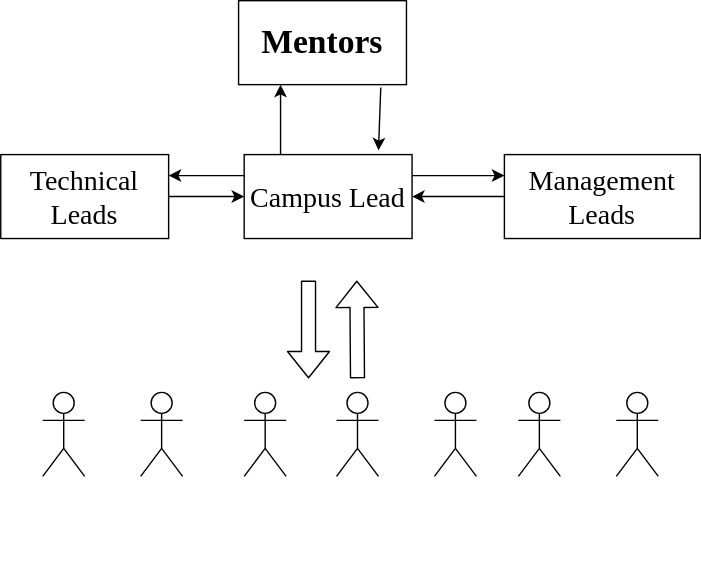
Before: Image_Resources/Team1.drawio.svg, a diagram exported from draw.io (RK-2000/Club_Idea). Source tidied: cells renumbered, new cells last; positions are measured from the earlier drawing's top-left corner, leaving out a move shared by most shapes. Source of this version:
```xml
<mxGraphModel>
  <root>
    <mxCell id="0" />
    <mxCell id="1" parent="0" />
    <mxCell id="2" style="edgeStyle=none;rounded=0;jettySize=auto;html=1;fontFamily=Verdana;fontSize=20;exitX=0.847;exitY=1.033;exitDx=0;exitDy=0;exitPerimeter=0;" parent="1" edge="1" source="3">
      <mxGeometry relative="1" as="geometry">
        <mxPoint x="270" y="107" as="targetPoint" />
      </mxGeometry>
    </mxCell>
    <mxCell id="3" value="&lt;h1&gt;Mentors&lt;/h1&gt;" style="rounded=0;whiteSpace=wrap;html=1;fontFamily=Lucida Console;" parent="1" vertex="1">
      <mxGeometry x="170" width="120" height="60" as="geometry" />
    </mxCell>
    <mxCell id="4" style="edgeStyle=none;rounded=0;jettySize=auto;html=1;exitX=1;exitY=0.5;exitDx=0;exitDy=0;fontFamily=Verdana;fontSize=20;" parent="1" edge="1" source="5" target="9">
      <mxGeometry relative="1" as="geometry" />
    </mxCell>
    <mxCell id="5" value="Technical&lt;br&gt;Leads" style="rounded=0;whiteSpace=wrap;html=1;fontFamily=Verdana;fontSize=20;" parent="1" vertex="1">
      <mxGeometry y="110" width="120" height="60" as="geometry" />
    </mxCell>
    <mxCell id="6" style="edgeStyle=none;rounded=0;jettySize=auto;html=1;exitX=0;exitY=0.25;exitDx=0;exitDy=0;entryX=1;entryY=0.25;entryDx=0;entryDy=0;fontFamily=Verdana;fontSize=20;" parent="1" edge="1" source="9" target="5">
      <mxGeometry relative="1" as="geometry" />
    </mxCell>
    <mxCell id="7" style="edgeStyle=none;rounded=0;jettySize=auto;html=1;exitX=1;exitY=0.25;exitDx=0;exitDy=0;entryX=0;entryY=0.25;entryDx=0;entryDy=0;fontFamily=Verdana;fontSize=20;" parent="1" edge="1" source="9" target="11">
      <mxGeometry relative="1" as="geometry" />
    </mxCell>
    <mxCell id="8" style="edgeStyle=none;rounded=0;jettySize=auto;html=1;entryX=0.25;entryY=1;entryDx=0;entryDy=0;fontFamily=Verdana;fontSize=20;" parent="1" edge="1" target="3">
      <mxGeometry relative="1" as="geometry">
        <mxPoint x="200" y="110" as="sourcePoint" />
      </mxGeometry>
    </mxCell>
    <mxCell id="9" value="Campus Lead" style="rounded=0;whiteSpace=wrap;html=1;fontFamily=Verdana;fontSize=20;" parent="1" vertex="1">
      <mxGeometry x="174" y="110" width="120" height="60" as="geometry" />
    </mxCell>
    <mxCell id="10" style="edgeStyle=none;rounded=0;jettySize=auto;html=1;entryX=1;entryY=0.5;entryDx=0;entryDy=0;fontFamily=Verdana;fontSize=20;" parent="1" edge="1" source="11" target="9">
      <mxGeometry relative="1" as="geometry" />
    </mxCell>
    <mxCell id="11" value="Management&lt;br&gt;Leads" style="rounded=0;whiteSpace=wrap;html=1;fontFamily=Verdana;fontSize=20;" parent="1" vertex="1">
      <mxGeometry x="360" y="110" width="140" height="60" as="geometry" />
    </mxCell>
    <mxCell id="12" style="shape=flexArrow;endArrow=classic;html=1;fontFamily=Verdana;fontSize=20;endWidth=19;endSize=5.93;" parent="1" edge="1">
      <mxGeometry relative="1" as="geometry">
        <mxPoint x="220" y="200" as="sourcePoint" />
        <mxPoint x="220" y="270" as="targetPoint" />
      </mxGeometry>
    </mxCell>
    <mxCell id="13" value="Actor" style="shape=umlActor;verticalLabelPosition=bottom;labelBackgroundColor=none;verticalAlign=top;html=1;fontFamily=Verdana;fontSize=20;noLabel=1;fontColor=none;" parent="1" vertex="1">
      <mxGeometry x="30" y="280" width="30" height="60" as="geometry" />
    </mxCell>
    <mxCell id="14" value="Actor" style="shape=umlActor;verticalLabelPosition=bottom;labelBackgroundColor=none;verticalAlign=top;html=1;fontFamily=Verdana;fontSize=20;noLabel=1;fontColor=none;" parent="1" vertex="1">
      <mxGeometry x="440" y="280" width="30" height="60" as="geometry" />
    </mxCell>
    <mxCell id="15" value="Actor" style="shape=umlActor;verticalLabelPosition=bottom;labelBackgroundColor=none;verticalAlign=top;html=1;fontFamily=Verdana;fontSize=20;noLabel=1;fontColor=none;" parent="1" vertex="1">
      <mxGeometry x="370" y="280" width="30" height="60" as="geometry" />
    </mxCell>
    <mxCell id="16" value="Actor" style="shape=umlActor;verticalLabelPosition=bottom;labelBackgroundColor=none;verticalAlign=top;html=1;fontFamily=Verdana;fontSize=20;noLabel=1;fontColor=none;" parent="1" vertex="1">
      <mxGeometry x="100" y="280" width="30" height="60" as="geometry" />
    </mxCell>
    <mxCell id="17" value="Actor" style="shape=umlActor;verticalLabelPosition=bottom;labelBackgroundColor=none;verticalAlign=top;html=1;fontFamily=Verdana;fontSize=20;noLabel=1;fontColor=none;" parent="1" vertex="1">
      <mxGeometry x="310" y="280" width="30" height="60" as="geometry" />
    </mxCell>
    <mxCell id="18" value="Actor" style="shape=umlActor;verticalLabelPosition=bottom;labelBackgroundColor=none;verticalAlign=top;html=1;fontFamily=Verdana;fontSize=20;noLabel=1;fontColor=none;" parent="1" vertex="1">
      <mxGeometry x="174" y="280" width="30" height="60" as="geometry" />
    </mxCell>
    <mxCell id="19" value="Actor" style="shape=umlActor;verticalLabelPosition=bottom;labelBackgroundColor=none;verticalAlign=top;html=1;fontFamily=Verdana;fontSize=20;noLabel=1;fontColor=none;" parent="1" vertex="1">
      <mxGeometry x="240" y="280" width="30" height="60" as="geometry" />
    </mxCell>
    <mxCell id="20" value="&lt;font color=&quot;#ffffff&quot;&gt;Students&lt;/font&gt;" style="text;html=1;strokeColor=none;fillColor=none;align=center;verticalAlign=middle;whiteSpace=wrap;rounded=0;labelBackgroundColor=none;fontFamily=Verdana;fontSize=20;fontColor=none;" parent="1" vertex="1">
      <mxGeometry x="190" y="360" width="100" height="40" as="geometry" />
    </mxCell>
    <mxCell id="21" style="shape=flexArrow;endArrow=classic;html=1;fontFamily=Verdana;fontSize=20;endWidth=19;endSize=5.93;" parent="1" edge="1">
      <mxGeometry relative="1" as="geometry">
        <mxPoint x="255" y="270" as="sourcePoint" />
        <mxPoint x="254.5" y="200" as="targetPoint" />
      </mxGeometry>
    </mxCell>
  </root>
</mxGraphModel>
```
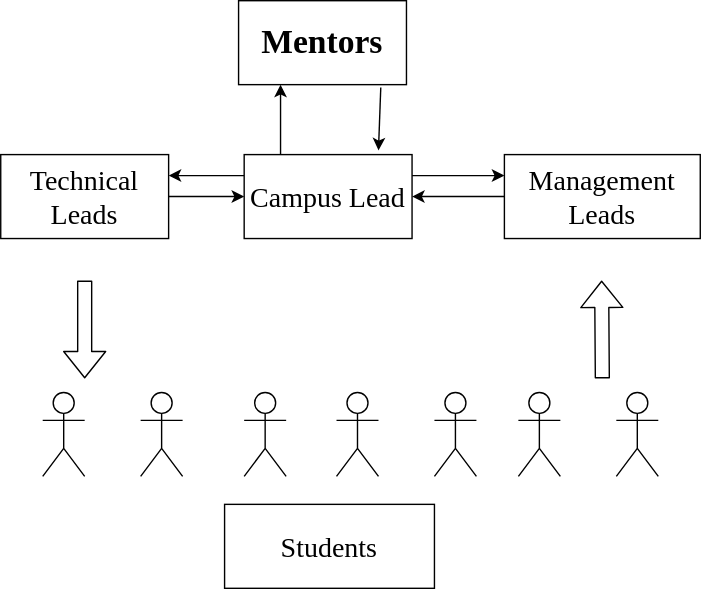
Later version of the same file.

Change to the diagram source:
```diff
@@ -38,8 +38,8 @@
     </mxCell>
     <mxCell id="12" style="shape=flexArrow;endArrow=classic;html=1;fontFamily=Verdana;fontSize=20;endWidth=19;endSize=5.93;" parent="1" edge="1">
       <mxGeometry relative="1" as="geometry">
-        <mxPoint x="220" y="200" as="sourcePoint" />
-        <mxPoint x="220" y="270" as="targetPoint" />
+        <mxPoint x="60" y="200" as="sourcePoint" />
+        <mxPoint x="60" y="270" as="targetPoint" />
       </mxGeometry>
     </mxCell>
     <mxCell id="13" value="Actor" style="shape=umlActor;verticalLabelPosition=bottom;labelBackgroundColor=none;verticalAlign=top;html=1;fontFamily=Verdana;fontSize=20;noLabel=1;fontColor=none;" parent="1" vertex="1">
@@ -63,14 +63,14 @@
     <mxCell id="19" value="Actor" style="shape=umlActor;verticalLabelPosition=bottom;labelBackgroundColor=none;verticalAlign=top;html=1;fontFamily=Verdana;fontSize=20;noLabel=1;fontColor=none;" parent="1" vertex="1">
       <mxGeometry x="240" y="280" width="30" height="60" as="geometry" />
     </mxCell>
+    <mxCell id="21" style="shape=flexArrow;endArrow=classic;html=1;fontFamily=Verdana;fontSize=20;endWidth=19;endSize=5.93;" parent="1" edge="1">
+      <mxGeometry relative="1" as="geometry">
+        <mxPoint x="430" y="270" as="sourcePoint" />
+        <mxPoint x="429.5" y="200" as="targetPoint" />
+      </mxGeometry>
+    </mxCell>
-    <mxCell id="20" value="&lt;font color=&quot;#ffffff&quot;&gt;Students&lt;/font&gt;" style="text;html=1;strokeColor=none;fillColor=none;align=center;verticalAlign=middle;whiteSpace=wrap;rounded=0;labelBackgroundColor=none;fontFamily=Verdana;fontSize=20;fontColor=none;" parent="1" vertex="1">
-      <mxGeometry x="190" y="360" width="100" height="40" as="geometry" />
+    <mxCell id="20" value="&lt;span style=&quot;font-family: &amp;#34;verdana&amp;#34;&quot;&gt;&lt;font color=&quot;#000000&quot;&gt;Students&lt;/font&gt;&lt;/span&gt;" style="rounded=0;whiteSpace=wrap;html=1;fontFamily=Verdana;fontSize=20;" parent="1" vertex="1">
+      <mxGeometry x="160" y="360" width="150" height="60" as="geometry" />
     </mxCell>
-    <mxCell id="21" style="shape=flexArrow;endArrow=classic;html=1;fontFamily=Verdana;fontSize=20;endWidth=19;endSize=5.93;" parent="1" edge="1">
-      <mxGeometry relative="1" as="geometry">
-        <mxPoint x="255" y="270" as="sourcePoint" />
-        <mxPoint x="254.5" y="200" as="targetPoint" />
-      </mxGeometry>
-    </mxCell>
   </root>
 </mxGraphModel>
```
